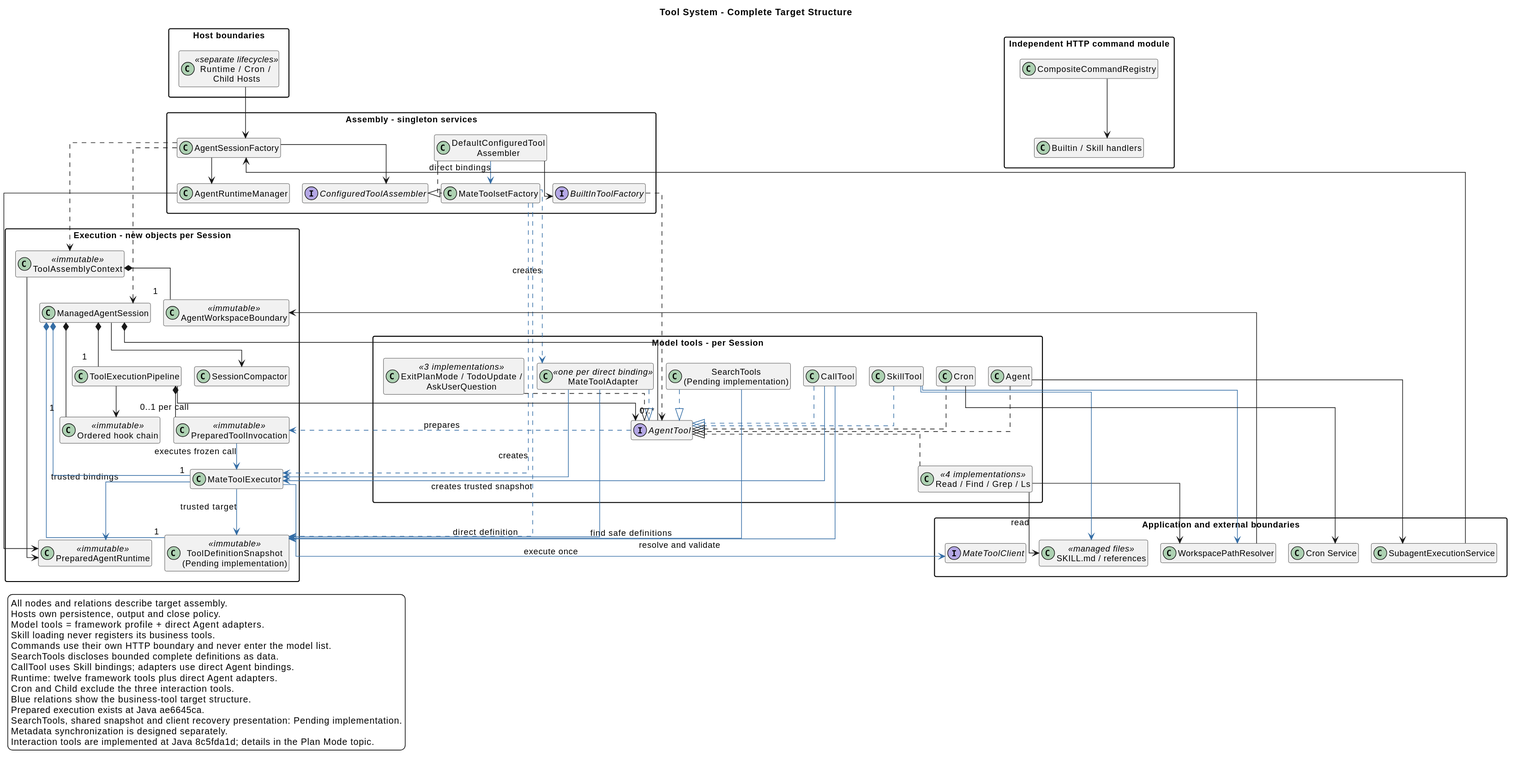
The PlantUML diagram 01-总体架构/02-CampusClaw工具系统/tool_system_architecture.svg in ssm0808/pi-mono-java-design, before a commit.
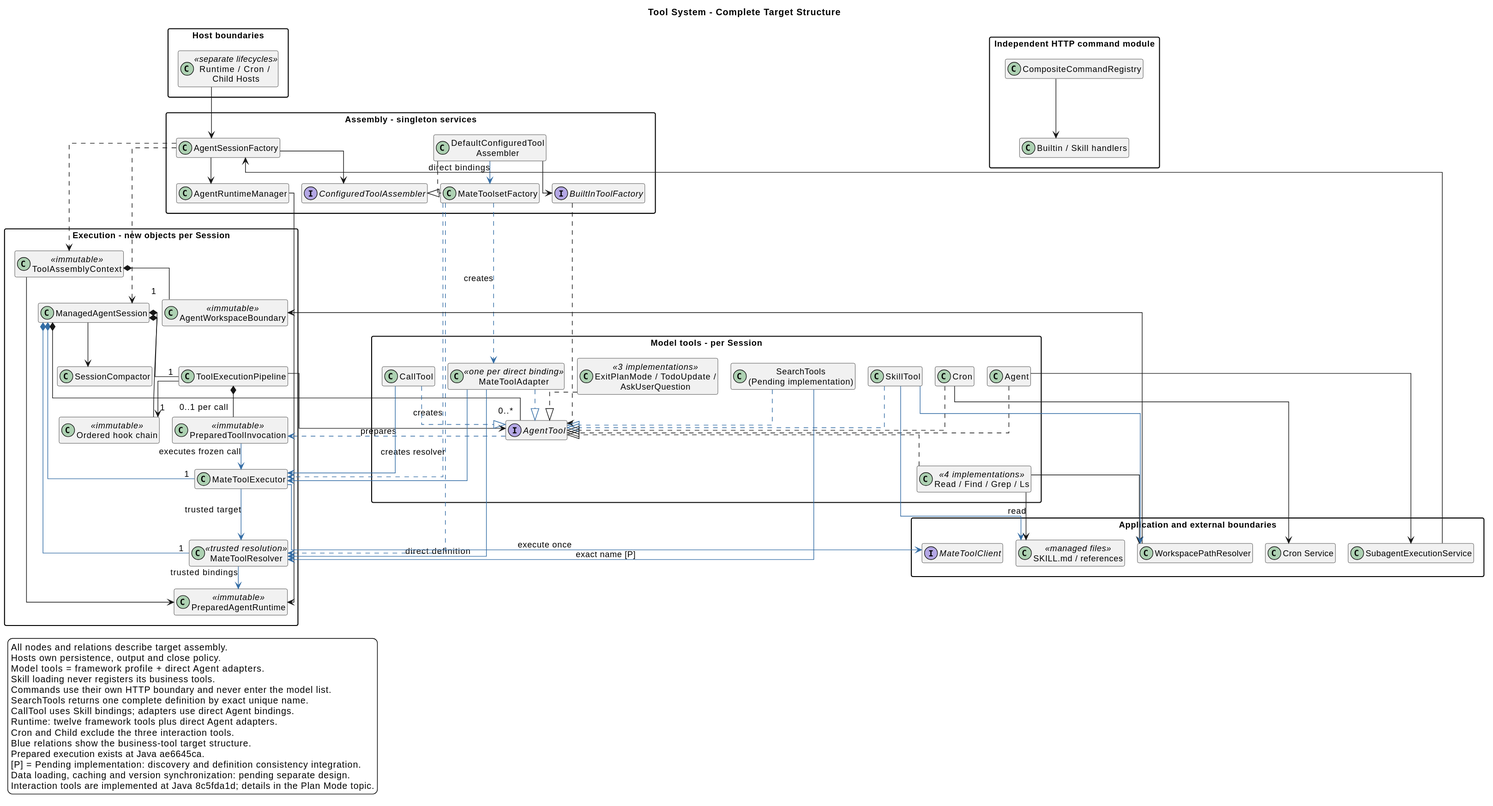
Later version of the same file.

What changed in the source:
```diff
@@ -32,7 +32,7 @@
   class "Ordered hook chain" as Hooks <<immutable>>
   class "ToolExecutionPipeline" as Pipeline
   class "PreparedToolInvocation" as Prepared <<immutable>>
-  class "ToolDefinitionSnapshot\n(Pending implementation)" as Definitions <<immutable>>
+  class "MateToolResolver" as Definitions <<trusted resolution>>
   class "SessionCompactor" as Compactor
 }
 package "Model tools - per Session" {
@@ -61,14 +61,14 @@
 Factory --> Manager
 Manager --> Runtime
 Context --> Runtime
-Executor -[#346DA5]-> Runtime : trusted bindings
+Definitions -[#346DA5]-> Runtime : trusted bindings
 Factory --> Assembler
 Configured ..|> Assembler
 Configured --> ToolFactory
 Configured -[#346DA5]-> MateFactory : direct bindings
 MateFactory .[#346DA5].> Adapter : creates
 MateFactory .[#346DA5].> Executor : creates
-MateFactory .[#346DA5].> Definitions : creates trusted snapshot
+MateFactory .[#346DA5].> Definitions : creates resolver
 Factory ..> Context
 Context *-- "1" Workspace
 Factory ..> Session
@@ -97,11 +97,10 @@
 Skill -[#346DA5]-> Resolver
 Skill -[#346DA5]-> Resources
 Local --> Resources : read
-Search -[#346DA5]-> Definitions : find safe definitions
+Search -[#346DA5]-> Definitions : exact name [P]
 Adapter -[#346DA5]-> Executor
 Adapter -[#346DA5]-> Definitions : direct definition
 Call -[#346DA5]-> Executor
-Call -[#346DA5]-> Definitions : resolve and validate
 Executor -[#346DA5]-> Definitions : trusted target
 Executor -[#346DA5]-> Mate : execute once
 Cron --> CronService
@@ -117,14 +116,14 @@
 Model tools = framework profile + direct Agent adapters.
 Skill loading never registers its business tools.
 Commands use their own HTTP boundary and never enter the model list.
-SearchTools discloses bounded complete definitions as data.
+SearchTools returns one complete definition by exact unique name.
 CallTool uses Skill bindings; adapters use direct Agent bindings.
 Runtime: twelve framework tools plus direct Agent adapters.
 Cron and Child exclude the three interaction tools.
 Blue relations show the business-tool target structure.
 Prepared execution exists at Java ae6645ca.
-SearchTools, shared snapshot and client recovery presentation: Pending implementation.
-Metadata synchronization is designed separately.
+[P] = Pending implementation: discovery and definition consistency integration.
+Data loading, caching and version synchronization: pending separate design.
 Interaction tools are implemented at Java 8c5fda1d; details in the Plan Mode topic.
 endlegend
 Factory -[hidden]down-> Assembler
```
